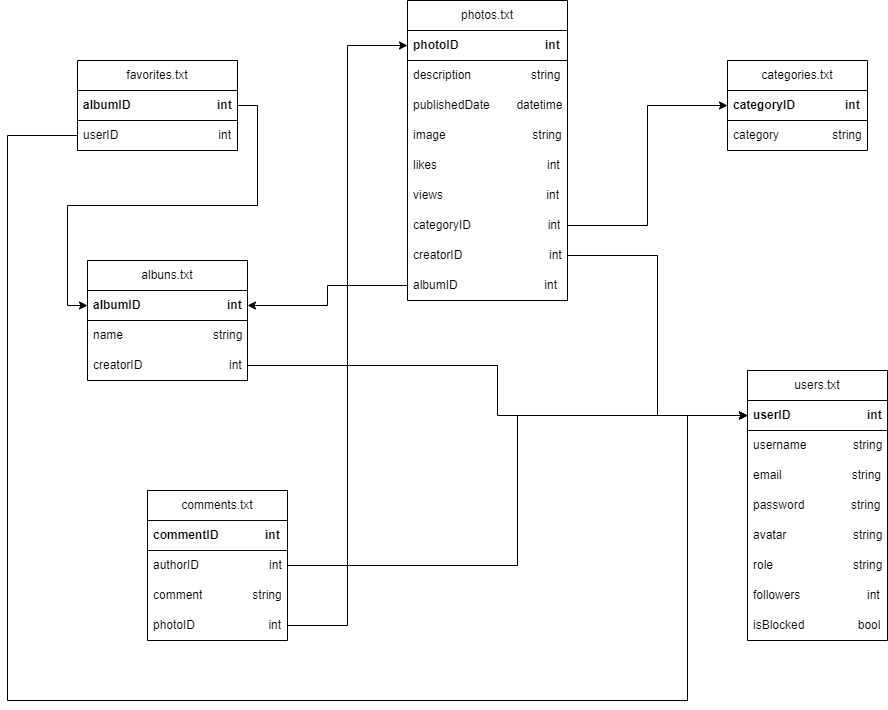
The draw.io diagram images/modelo_dados.png in pedromst2000/tkinter-photo-manager-40210465, before a commit. Source tidied: cells renumbered, new cells last; positions are measured from the earlier drawing's top-left corner, leaving out a move shared by most shapes.
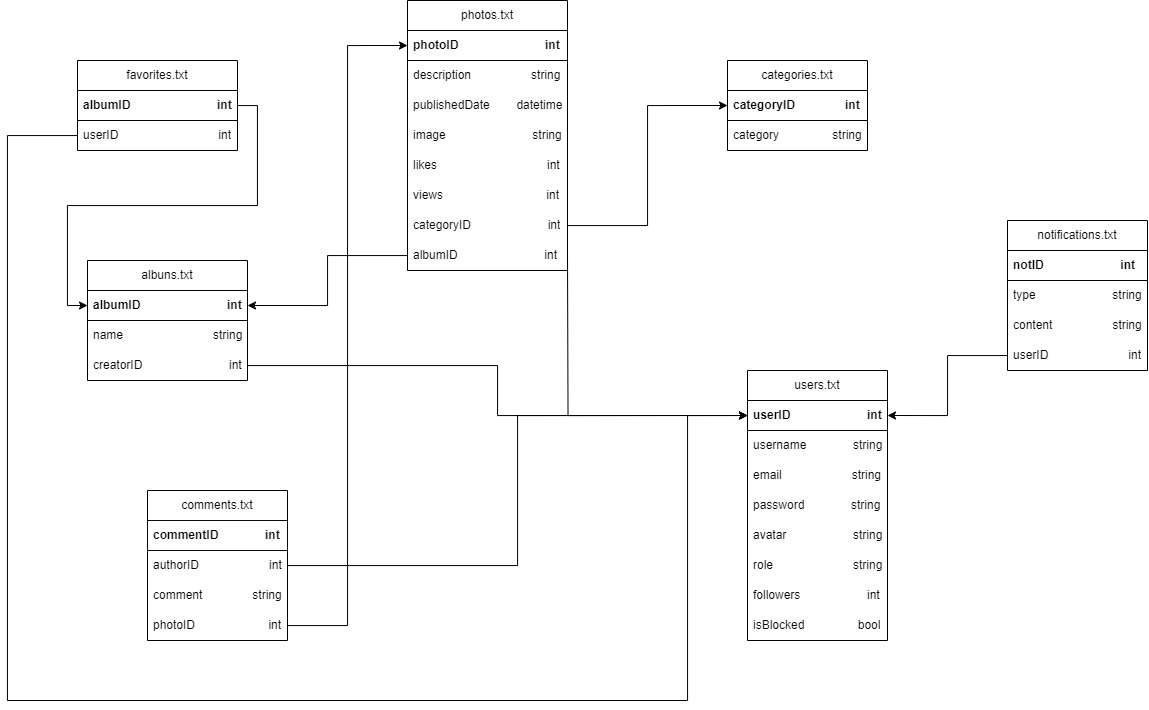
The same diagram one commit later.

Commit message:
docs: Changed the data archicteture

Diff of the diagram source:
```diff
@@ -54,7 +54,7 @@
       <mxGeometry y="60" width="140" height="30" as="geometry" />
     </mxCell>
     <mxCell id="19" value="photos.txt" style="swimlane;fontStyle=0;horizontal=1;startSize=30;whiteSpace=wrap;html=1;" parent="1" vertex="1">
-      <mxGeometry x="400" width="160" height="300" as="geometry" />
+      <mxGeometry x="400" width="160" height="270" as="geometry" />
     </mxCell>
     <mxCell id="20" value="&lt;b&gt;photoID&amp;nbsp; &amp;nbsp; &amp;nbsp; &amp;nbsp; &amp;nbsp; &amp;nbsp; &amp;nbsp; &amp;nbsp; &amp;nbsp; &amp;nbsp; &amp;nbsp; &amp;nbsp; &amp;nbsp; int&lt;/b&gt;" style="text;strokeColor=#030303;fillColor=none;align=left;verticalAlign=middle;spacingLeft=4;spacingRight=4;overflow=hidden;points=[[0,0.5],[1,0.5]];portConstraint=eastwest;whiteSpace=wrap;html=1;" parent="19" vertex="1">
       <mxGeometry y="30" width="160" height="30" as="geometry" />
@@ -77,11 +77,8 @@
     <mxCell id="26" value="categoryID&amp;nbsp; &amp;nbsp; &amp;nbsp; &amp;nbsp; &amp;nbsp; &amp;nbsp; &amp;nbsp; &amp;nbsp; &amp;nbsp; &amp;nbsp; &amp;nbsp; &amp;nbsp;int" style="text;strokeColor=none;fillColor=none;align=left;verticalAlign=middle;spacingLeft=4;spacingRight=4;overflow=hidden;points=[[0,0.5],[1,0.5]];portConstraint=eastwest;whiteSpace=wrap;html=1;" parent="19" vertex="1">
       <mxGeometry y="210" width="160" height="30" as="geometry" />
     </mxCell>
-    <mxCell id="27" value="creatorID&amp;nbsp; &amp;nbsp; &amp;nbsp; &amp;nbsp; &amp;nbsp; &amp;nbsp; &amp;nbsp; &amp;nbsp; &amp;nbsp; &amp;nbsp; &amp;nbsp; &amp;nbsp; &amp;nbsp; int" style="text;strokeColor=none;fillColor=none;align=left;verticalAlign=middle;spacingLeft=4;spacingRight=4;overflow=hidden;points=[[0,0.5],[1,0.5]];portConstraint=eastwest;whiteSpace=wrap;html=1;" parent="19" vertex="1">
-      <mxGeometry y="240" width="160" height="30" as="geometry" />
-    </mxCell>
     <mxCell id="28" value="albumID&amp;nbsp; &amp;nbsp; &amp;nbsp; &amp;nbsp; &amp;nbsp; &amp;nbsp; &amp;nbsp; &amp;nbsp; &amp;nbsp; &amp;nbsp; &amp;nbsp; &amp;nbsp; &amp;nbsp; int" style="text;strokeColor=none;fillColor=none;align=left;verticalAlign=middle;spacingLeft=4;spacingRight=4;overflow=hidden;points=[[0,0.5],[1,0.5]];portConstraint=eastwest;whiteSpace=wrap;html=1;" parent="19" vertex="1">
-      <mxGeometry y="270" width="160" height="30" as="geometry" />
+      <mxGeometry y="240" width="160" height="30" as="geometry" />
     </mxCell>
     <mxCell id="29" style="edgeStyle=orthogonalEdgeStyle;rounded=0;jettySize=auto;html=1;entryX=0;entryY=0.5;entryDx=0;entryDy=0;" parent="1" edge="1" source="26" target="17">
       <mxGeometry relative="1" as="geometry" />
@@ -107,8 +104,10 @@
     <mxCell id="36" style="edgeStyle=orthogonalEdgeStyle;rounded=0;jettySize=auto;html=1;entryX=1;entryY=0.5;entryDx=0;entryDy=0;" parent="1" edge="1" source="28" target="33">
       <mxGeometry relative="1" as="geometry" />
     </mxCell>
-    <mxCell id="37" style="edgeStyle=orthogonalEdgeStyle;rounded=0;jettySize=auto;html=1;entryX=0;entryY=0.5;entryDx=0;entryDy=0;" parent="1" edge="1" source="27" target="3">
-      <mxGeometry relative="1" as="geometry" />
+    <mxCell id="37" style="edgeStyle=orthogonalEdgeStyle;rounded=0;jettySize=auto;html=1;entryX=0;entryY=0.5;entryDx=0;entryDy=0;" parent="1" edge="1" target="3">
+      <mxGeometry relative="1" as="geometry">
+        <mxPoint x="560" y="255.1" as="sourcePoint" />
+      </mxGeometry>
     </mxCell>
     <mxCell id="38" style="edgeStyle=orthogonalEdgeStyle;rounded=0;jettySize=auto;html=1;entryX=0;entryY=0.5;entryDx=0;entryDy=0;" parent="1" edge="1" source="35" target="3">
       <mxGeometry relative="1" as="geometry" />
@@ -135,5 +134,23 @@
         </Array>
       </mxGeometry>
     </mxCell>
+    <mxCell id="44" value="notifications.txt" style="swimlane;fontStyle=0;horizontal=1;startSize=30;whiteSpace=wrap;html=1;" parent="1" vertex="1">
+      <mxGeometry x="1000" y="220" width="140" height="150" as="geometry" />
+    </mxCell>
+    <mxCell id="45" value="&lt;b&gt;notID&amp;nbsp; &amp;nbsp; &amp;nbsp; &amp;nbsp; &amp;nbsp; &amp;nbsp; &amp;nbsp; &amp;nbsp; &amp;nbsp; &amp;nbsp; &amp;nbsp; &amp;nbsp;int&lt;/b&gt;" style="text;strokeColor=#030303;fillColor=none;align=left;verticalAlign=middle;spacingLeft=4;spacingRight=4;overflow=hidden;whiteSpace=wrap;html=1;" parent="44" vertex="1">
+      <mxGeometry y="30" width="140" height="30" as="geometry" />
+    </mxCell>
+    <mxCell id="46" value="type&amp;nbsp; &amp;nbsp; &amp;nbsp; &amp;nbsp; &amp;nbsp; &amp;nbsp; &amp;nbsp; &amp;nbsp; &amp;nbsp; &amp;nbsp; &amp;nbsp; &amp;nbsp;string" style="text;strokeColor=none;fillColor=none;align=left;verticalAlign=middle;spacingLeft=4;spacingRight=4;overflow=hidden;whiteSpace=wrap;html=1;" parent="44" vertex="1">
+      <mxGeometry y="60" width="140" height="30" as="geometry" />
+    </mxCell>
+    <mxCell id="47" value="content&amp;nbsp; &amp;nbsp; &amp;nbsp; &amp;nbsp; &amp;nbsp; &amp;nbsp; &amp;nbsp; &amp;nbsp; &amp;nbsp; string" style="text;strokeColor=none;fillColor=none;align=left;verticalAlign=middle;spacingLeft=4;spacingRight=4;overflow=hidden;whiteSpace=wrap;html=1;" parent="44" vertex="1">
+      <mxGeometry y="90" width="140" height="30" as="geometry" />
+    </mxCell>
+    <mxCell id="48" value="userID&amp;nbsp; &amp;nbsp; &amp;nbsp; &amp;nbsp; &amp;nbsp; &amp;nbsp; &amp;nbsp; &amp;nbsp; &amp;nbsp; &amp;nbsp; &amp;nbsp; &amp;nbsp; int" style="text;strokeColor=none;fillColor=none;align=left;verticalAlign=middle;spacingLeft=4;spacingRight=4;overflow=hidden;points=[[0,0.5],[1,0.5]];portConstraint=eastwest;whiteSpace=wrap;html=1;" parent="44" vertex="1">
+      <mxGeometry y="120" width="140" height="30" as="geometry" />
+    </mxCell>
+    <mxCell id="49" style="edgeStyle=orthogonalEdgeStyle;rounded=0;jettySize=auto;html=1;entryX=1;entryY=0.5;entryDx=0;entryDy=0;" parent="1" edge="1" source="48" target="3">
+      <mxGeometry relative="1" as="geometry" />
+    </mxCell>
   </root>
 </mxGraphModel>
```
